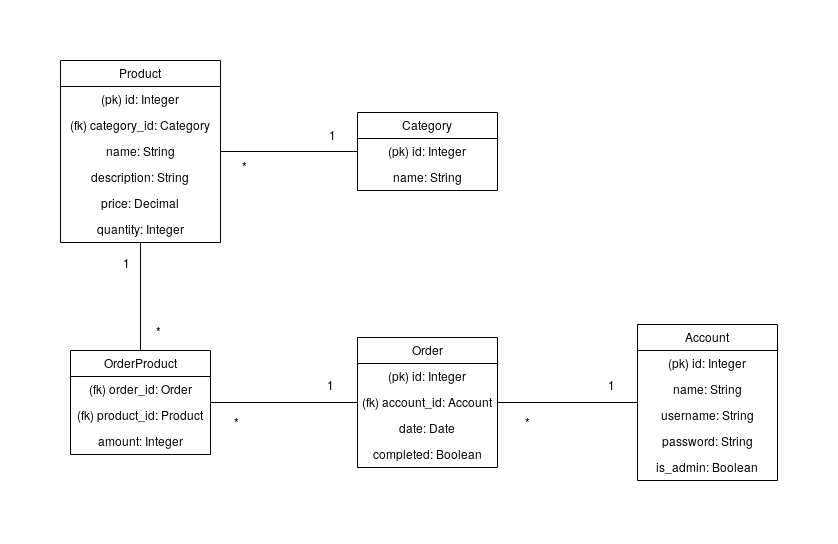
Above: documentation/Tietokantakaavio.png in ikaevalko/Tyokalukauppa (draw.io), before the change. Source tidied: cells renumbered, new cells last; positions are measured from the earlier drawing's top-left corner, leaving out a move shared by most shapes.
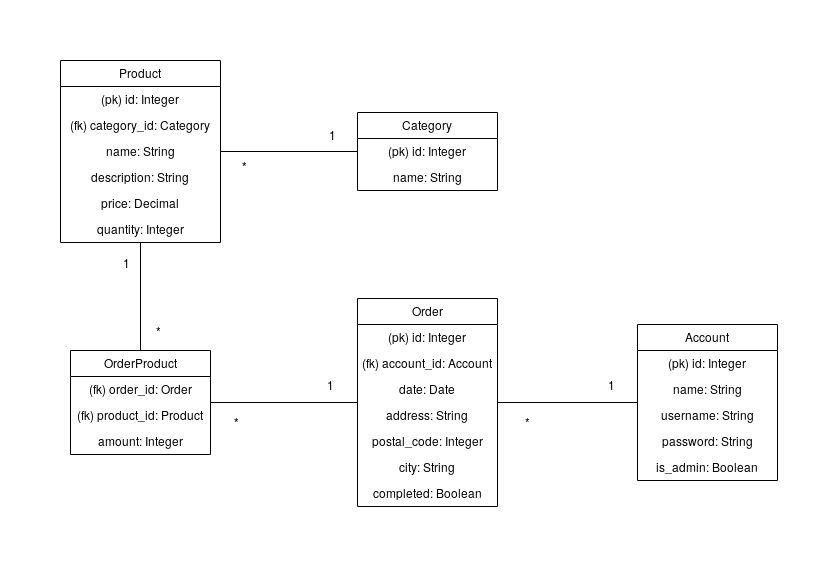
The same diagram one commit later.

The edit, as a diff of the source:
```diff
@@ -59,7 +59,7 @@
       <mxGeometry y="156" width="160" height="26" as="geometry" />
     </mxCell>
     <mxCell id="18" value="Order" style="swimlane;fontStyle=0;horizontal=1;startSize=26;fillColor=none;" parent="1" vertex="1">
-      <mxGeometry x="297" y="277" width="140" height="130" as="geometry" />
+      <mxGeometry x="297" y="238" width="140" height="208" as="geometry" />
     </mxCell>
     <mxCell id="19" value="(pk) id: Integer" style="text;strokeColor=none;fillColor=none;align=center;verticalAlign=top;spacingLeft=4;spacingRight=4;overflow=hidden;" parent="18" vertex="1">
       <mxGeometry y="26" width="140" height="26" as="geometry" />
@@ -70,8 +70,17 @@
     <mxCell id="21" value="date: Date" style="text;strokeColor=none;fillColor=none;align=center;verticalAlign=top;spacingLeft=4;spacingRight=4;overflow=hidden;" parent="18" vertex="1">
       <mxGeometry y="78" width="140" height="26" as="geometry" />
     </mxCell>
+    <mxCell id="40" value="address: String" style="text;strokeColor=none;fillColor=none;align=center;verticalAlign=top;spacingLeft=4;spacingRight=4;overflow=hidden;" parent="18" vertex="1">
+      <mxGeometry y="104" width="140" height="26" as="geometry" />
+    </mxCell>
+    <mxCell id="41" value="postal_code: Integer" style="text;strokeColor=none;fillColor=none;align=center;verticalAlign=top;spacingLeft=4;spacingRight=4;overflow=hidden;" parent="18" vertex="1">
+      <mxGeometry y="130" width="140" height="26" as="geometry" />
+    </mxCell>
+    <mxCell id="42" value="city: String" style="text;strokeColor=none;fillColor=none;align=center;verticalAlign=top;spacingLeft=4;spacingRight=4;overflow=hidden;" parent="18" vertex="1">
+      <mxGeometry y="156" width="140" height="26" as="geometry" />
+    </mxCell>
     <mxCell id="22" value="completed: Boolean" style="text;strokeColor=none;fillColor=none;align=center;verticalAlign=top;spacingLeft=4;spacingRight=4;overflow=hidden;" parent="18" vertex="1">
-      <mxGeometry y="104" width="140" height="26" as="geometry" />
+      <mxGeometry y="182" width="140" height="26" as="geometry" />
     </mxCell>
     <mxCell id="23" value="OrderProduct" style="swimlane;fontStyle=0;horizontal=1;startSize=26;fillColor=none;" parent="1" vertex="1">
       <mxGeometry x="10" y="290" width="140" height="104" as="geometry" />
```
